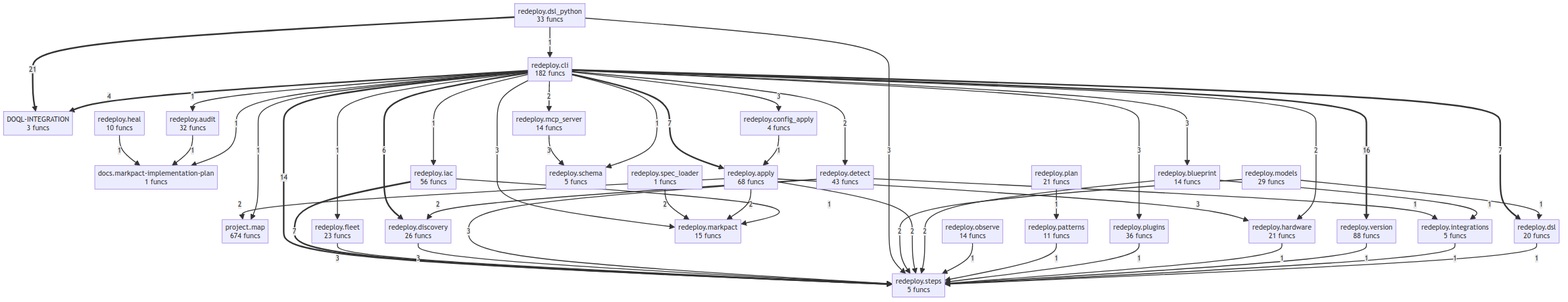
Above: project/compact_flow.png in maskservice/redeploy (Mermaid), before the change. Its source is kept beside it as project/compact_flow.mmd.
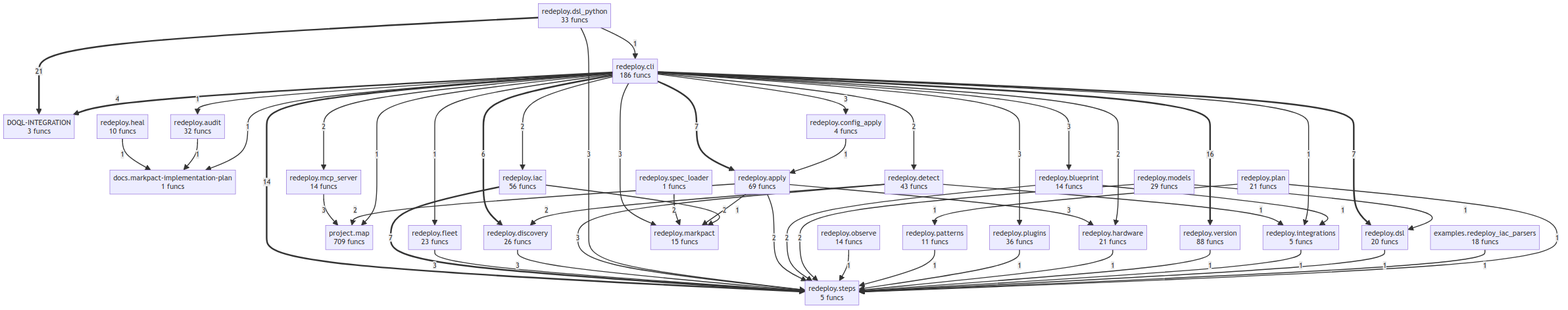
The same diagram one commit later.

What changed in the source:
```diff
@@ -1,11 +1,12 @@
 flowchart TD
     DOQL_INTEGRATION["DOQL-INTEGRATION<br/>3 funcs"]
     docs__markpact_implementation_plan["docs.markpact-implementation-plan<br/>1 funcs"]
-    project__map["project.map<br/>674 funcs"]
-    redeploy__apply["redeploy.apply<br/>68 funcs"]
+    examples__redeploy_iac_parsers["examples.redeploy_iac_parsers<br/>18 funcs"]
+    project__map["project.map<br/>709 funcs"]
+    redeploy__apply["redeploy.apply<br/>69 funcs"]
     redeploy__audit["redeploy.audit<br/>32 funcs"]
     redeploy__blueprint["redeploy.blueprint<br/>14 funcs"]
-    redeploy__cli["redeploy.cli<br/>182 funcs"]
+    redeploy__cli["redeploy.cli<br/>186 funcs"]
     redeploy__config_apply["redeploy.config_apply<br/>4 funcs"]
     redeploy__detect["redeploy.detect<br/>43 funcs"]
     redeploy__discovery["redeploy.discovery<br/>26 funcs"]
@@ -23,7 +24,6 @@
     redeploy__patterns["redeploy.patterns<br/>11 funcs"]
     redeploy__plan["redeploy.plan<br/>21 funcs"]
     redeploy__plugins["redeploy.plugins<br/>36 funcs"]
-    redeploy__schema["redeploy.schema<br/>5 funcs"]
     redeploy__spec_loader["redeploy.spec_loader<br/>1 funcs"]
     redeploy__steps["redeploy.steps<br/>5 funcs"]
     redeploy__version["redeploy.version<br/>88 funcs"]
@@ -37,7 +37,7 @@
     redeploy__cli ==>|4| DOQL_INTEGRATION
     redeploy__fleet -->|3| redeploy__steps
     redeploy__discovery -->|3| redeploy__steps
-    redeploy__mcp_server -->|3| redeploy__schema
+    redeploy__mcp_server -->|3| project__map
     redeploy__detect -->|3| redeploy__steps
     redeploy__cli -->|3| redeploy__plugins
     redeploy__cli -->|3| redeploy__markpact
@@ -45,35 +45,37 @@
     redeploy__cli -->|3| redeploy__config_apply
     redeploy__dsl_python -->|3| redeploy__steps
     redeploy__apply -->|3| redeploy__hardware
-    redeploy__models -->|2| redeploy__steps
     redeploy__spec_loader -->|2| redeploy__markpact
     redeploy__detect -->|2| redeploy__discovery
     redeploy__cli -->|2| redeploy__mcp_server
+    redeploy__cli -->|2| redeploy__iac
     redeploy__cli -->|2| redeploy__detect
     redeploy__cli -->|2| redeploy__hardware
     redeploy__apply -->|2| project__map
     redeploy__apply -->|2| redeploy__markpact
     redeploy__apply -->|2| redeploy__steps
     redeploy__blueprint -->|2| redeploy__steps
+    redeploy__models -->|2| redeploy__steps
     redeploy__observe -->|1| redeploy__steps
     redeploy__heal -->|1| docs__markpact_implementation_plan
-    redeploy__models -->|1| redeploy__dsl
     redeploy__patterns -->|1| redeploy__steps
     redeploy__audit -->|1| docs__markpact_implementation_plan
     redeploy__detect -->|1| redeploy__integrations
     redeploy__config_apply -->|1| redeploy__apply
     redeploy__cli -->|1| docs__markpact_implementation_plan
+    redeploy__cli -->|1| redeploy__integrations
     redeploy__cli -->|1| redeploy__fleet
-    redeploy__cli -->|1| redeploy__schema
     redeploy__cli -->|1| redeploy__audit
     redeploy__plugins -->|1| redeploy__steps
     redeploy__dsl_python -->|1| redeploy__cli
     redeploy__hardware -->|1| redeploy__steps
     redeploy__version -->|1| redeploy__steps
-    redeploy__plan -->|1| redeploy__patterns
     redeploy__blueprint -->|1| redeploy__integrations
     redeploy__integrations -->|1| redeploy__steps
     redeploy__dsl -->|1| redeploy__steps
     redeploy__iac -->|1| redeploy__markpact
-    redeploy__cli -->|1| redeploy__iac
+    examples__redeploy_iac_parsers -->|1| redeploy__steps
+    redeploy__plan -->|1| redeploy__steps
+    redeploy__plan -->|1| redeploy__patterns
+    redeploy__models -->|1| redeploy__dsl
     redeploy__cli -->|1| project__map
```
